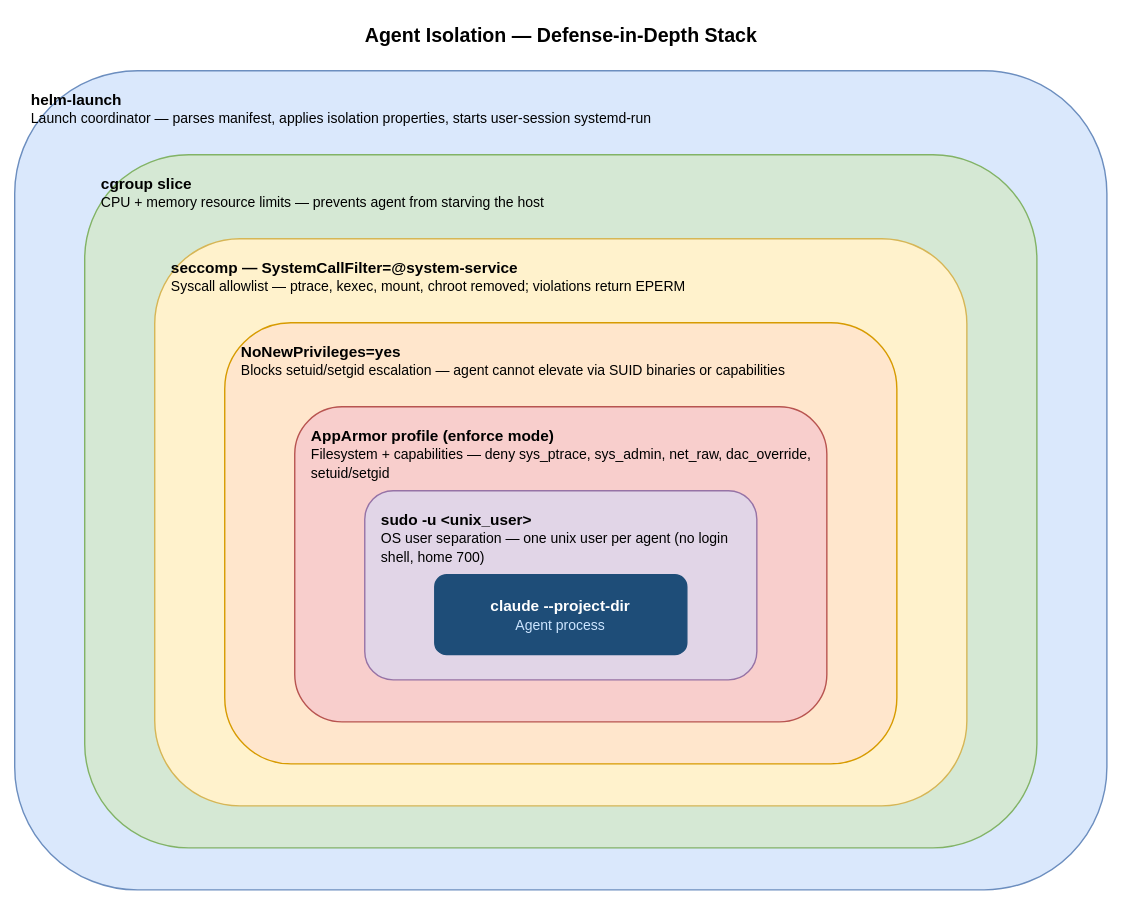
This is docs/diagrams/agent-isolation.drawio.svg from TadMSTR/homelab-agent, a draw.io export, as it was before one commit. Source tidied: cells renumbered, new cells last; positions are measured from the earlier drawing's top-left corner, leaving out a move shared by most shapes.
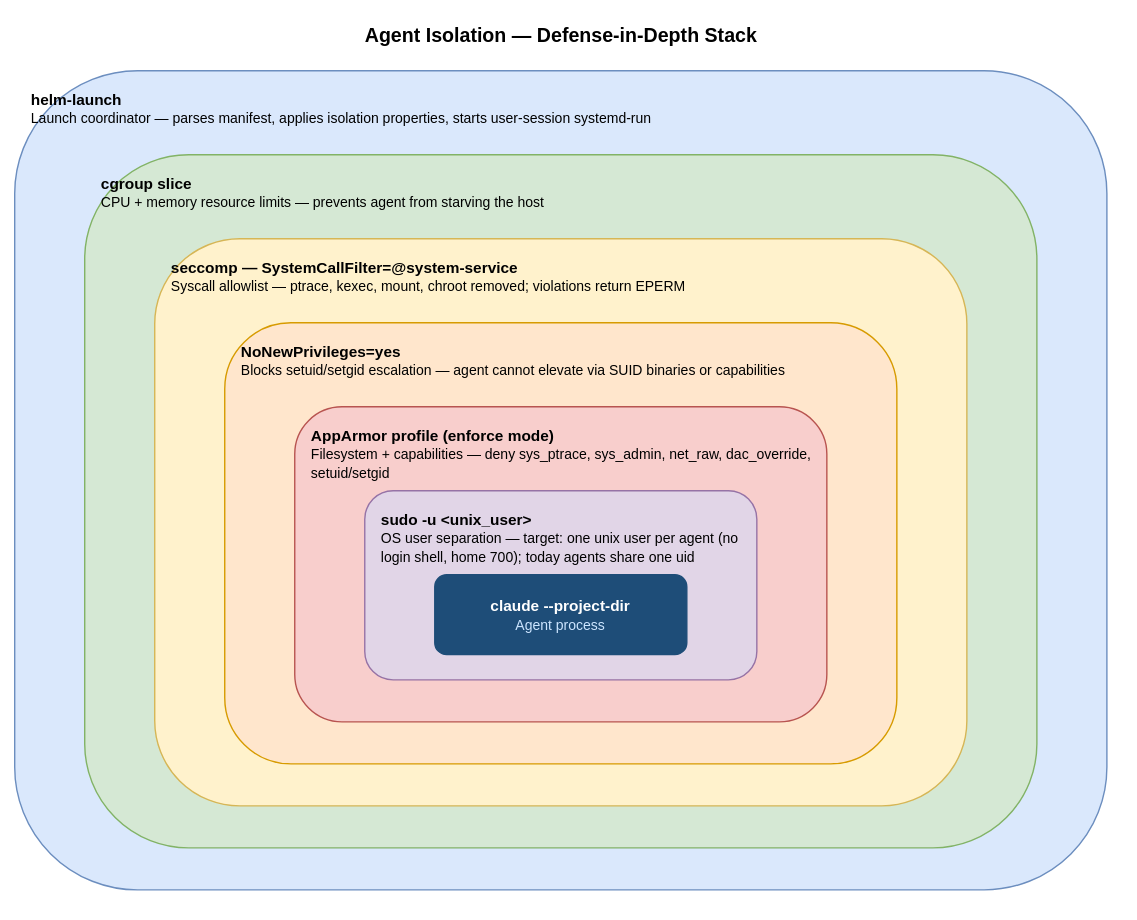
Above is the later version.

Commit message:
docs: scope the isolation label and annotate sample compose files

Diff of the diagram source:
```diff
@@ -20,7 +20,7 @@
     <mxCell id="7" value="&lt;b&gt;AppArmor profile (enforce mode)&lt;/b&gt;&lt;br&gt;&lt;font style=&quot;font-size:10px&quot;&gt;Filesystem + capabilities — deny sys_ptrace, sys_admin, net_raw, dac_override, setuid/setgid&lt;/font&gt;" style="rounded=1;whiteSpace=wrap;html=1;verticalAlign=top;align=left;spacingLeft=10;spacingTop=8;fillColor=#f8cecc;strokeColor=#b85450;fontSize=11;" parent="1" vertex="1">
       <mxGeometry x="200" y="280" width="380" height="225" as="geometry" />
     </mxCell>
-    <mxCell id="8" value="&lt;b&gt;sudo -u &amp;lt;unix_user&amp;gt;&lt;/b&gt;&lt;br&gt;&lt;font style=&quot;font-size:10px&quot;&gt;OS user separation — one unix user per agent (no login shell, home 700)&lt;/font&gt;" style="rounded=1;whiteSpace=wrap;html=1;verticalAlign=top;align=left;spacingLeft=10;spacingTop=8;fillColor=#e1d5e7;strokeColor=#9673a6;fontSize=11;" parent="1" vertex="1">
+    <mxCell id="8" value="&lt;b&gt;sudo -u &amp;lt;unix_user&amp;gt;&lt;/b&gt;&lt;br&gt;&lt;font style=&quot;font-size:10px&quot;&gt;OS user separation — target: one unix user per agent (no login shell, home 700); today agents share one uid&lt;/font&gt;" style="rounded=1;whiteSpace=wrap;html=1;verticalAlign=top;align=left;spacingLeft=10;spacingTop=8;fillColor=#e1d5e7;strokeColor=#9673a6;fontSize=11;" parent="1" vertex="1">
       <mxGeometry x="250" y="340" width="280" height="135" as="geometry" />
     </mxCell>
     <mxCell id="9" value="&lt;b style=&quot;color:#ffffff&quot;&gt;claude --project-dir&lt;/b&gt;&lt;br&gt;&lt;font style=&quot;font-size:10px;color:#cce5ff&quot;&gt;Agent process&lt;/font&gt;" style="rounded=1;whiteSpace=wrap;html=1;verticalAlign=middle;align=center;fillColor=#1e4d78;strokeColor=#1e4d78;fontSize=11;fontColor=#ffffff;" parent="1" vertex="1">
```
